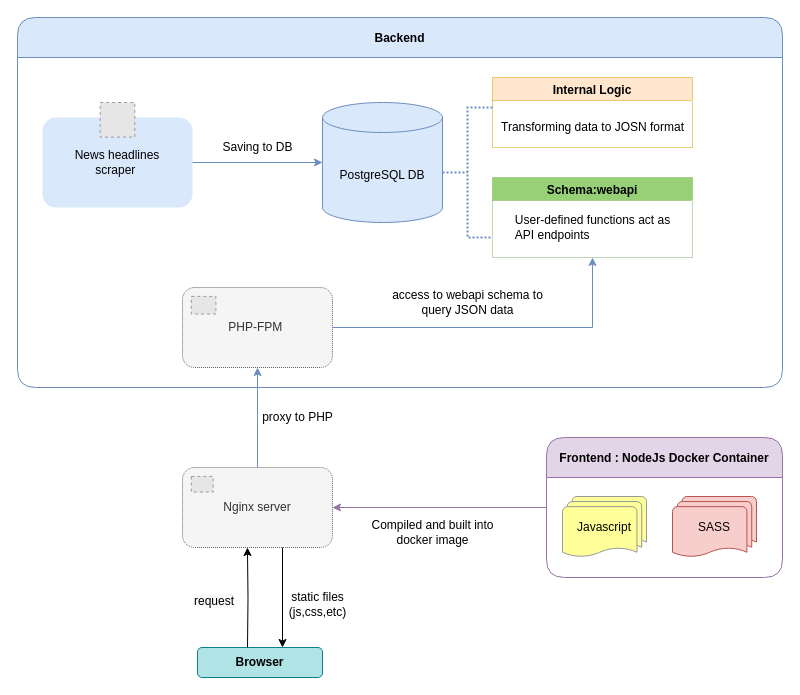
The draw.io diagram flashbacknews.drawio in simoncse/diagrams, before the edit. Source tidied: cells renumbered, new cells numbered last; positions are measured from the earlier drawing's top-left corner, leaving out a move shared by most shapes. Both pictures are drawn from the tidied source at 100%, with x=0, y=0 at pixel (17, 17). Pictures stored in the file or linked from it are replaced by grey dashed boxes.
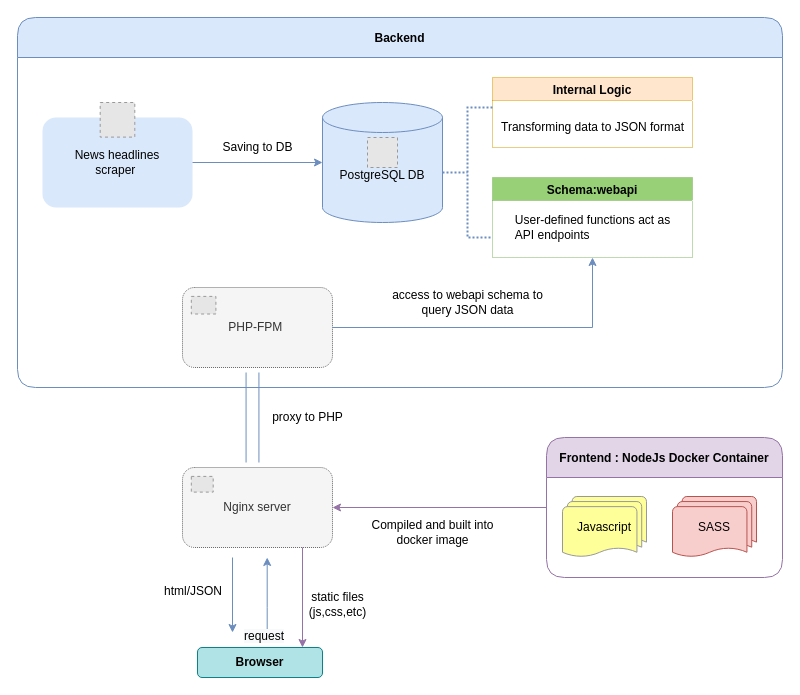
The same page after the edit.

The change refers to these unchanged cells:
```xml
<mxCell id="6" value="Nginx server" style="rounded=1;whiteSpace=wrap;html=1;dashed=1;dashPattern=1 1;labelBackgroundColor=none;labelBorderColor=none;fontFamily=Helvetica;fontSize=12;fillColor=#f5f5f5;strokeColor=#666666;fontColor=#333333;" parent="5" vertex="1">
  <mxGeometry width="150" height="80" as="geometry" />
</mxCell>
<mxCell id="14" value="Backend" style="swimlane;rounded=1;labelBackgroundColor=none;labelBorderColor=none;fontFamily=Helvetica;fontSize=12;strokeWidth=1;startSize=40;fillColor=#dae8fc;strokeColor=#6c8ebf;" parent="1" vertex="1">
  <mxGeometry width="765" height="370" as="geometry" />
</mxCell>
<mxCell id="16" value="Internal Logic" style="swimlane;dashed=1;dashPattern=1 1;labelBackgroundColor=none;labelBorderColor=none;fillColor=#ffe6cc;align=center;strokeColor=#d79b00;" parent="15" vertex="1">
  <mxGeometry x="50" width="200" height="70" as="geometry" />
</mxCell>
```

Change to the diagram source:
```diff
@@
-    <mxCell id="8" value="proxy to PHP" style="text;html=1;align=center;verticalAlign=middle;strokeColor=none;fillColor=none;fontSize=12;fontFamily=Helvetica;fontColor=#000000;" parent="1" vertex="1">
-      <mxGeometry x="235" y="390" width="90" height="20" as="geometry" />
-    </mxCell>
@@
-    <mxCell id="10" style="edgeStyle=orthogonalEdgeStyle;rounded=0;jettySize=auto;html=1;fontFamily=Helvetica;fontSize=12;fontColor=#000000;entryX=0.433;entryY=1;entryDx=0;entryDy=0;entryPerimeter=0;" parent="1" edge="1" target="6">
+    <mxCell id="10" style="edgeStyle=orthogonalEdgeStyle;rounded=0;orthogonalLoop=1;jettySize=auto;html=1;fontFamily=Helvetica;fontSize=12;fontColor=#000000;fillColor=#dae8fc;strokeColor=#6c8ebf;" parent="1" edge="1">
       <mxGeometry relative="1" as="geometry">
-        <mxPoint x="230" y="630" as="sourcePoint" />
+        <mxPoint x="249.7" y="620" as="sourcePoint" />
+        <mxPoint x="249.7" y="540" as="targetPoint" />
+        <Array as="points">
+          <mxPoint x="249.7" y="590" />
+          <mxPoint x="249.7" y="590" />
+        </Array>
       </mxGeometry>
     </mxCell>
-    <mxCell id="11" value="&lt;br&gt;static files&lt;br&gt;(js,css,etc)" style="text;html=1;align=center;verticalAlign=middle;strokeColor=none;fillColor=none;fontSize=12;fontFamily=Helvetica;fontColor=#000000;" parent="1" vertex="1">
-      <mxGeometry x="265" y="555" width="70" height="50" as="geometry" />
-    </mxCell>
     <mxCell id="12" value="&lt;span style=&quot;color: rgb(0 , 0 , 0) ; font-family: &amp;#34;helvetica&amp;#34; ; font-size: 12px ; font-style: normal ; font-weight: 400 ; letter-spacing: normal ; text-align: center ; text-indent: 0px ; text-transform: none ; word-spacing: 0px ; background-color: rgb(248 , 249 , 250) ; display: inline ; float: none&quot;&gt;request&lt;/span&gt;" style="text;whiteSpace=wrap;html=1;fontSize=12;fontFamily=Helvetica;fontColor=#000000;" parent="1" vertex="1">
-      <mxGeometry x="175" y="570" width="80" height="30" as="geometry" />
+      <mxGeometry x="225" y="605" width="50" height="20" as="geometry" />
     </mxCell>
@@
-    <mxCell id="17" value="Transforming data to JOSN format" style="text;html=1;align=center;verticalAlign=middle;strokeColor=none;fillColor=none;fontColor=#000000;" parent="16" vertex="1">
+    <mxCell id="17" value="Transforming data to JSON format" style="text;html=1;align=center;verticalAlign=middle;strokeColor=none;fillColor=none;fontColor=#000000;" parent="16" vertex="1">
       <mxGeometry y="40" width="200" height="20" as="geometry" />
     </mxCell>
@@
+    <mxCell id="35" style="fillColor=#E6E6E6;strokeColor=#999999;dashed=1;verticalLabelPosition=bottom;verticalAlign=top;" parent="14" vertex="1">
+      <mxGeometry x="350" y="120" width="30" height="30" as="geometry" />
+    </mxCell>
@@
+    <mxCell id="36" style="endArrow=classic;html=1;rounded=0;fillColor=#dae8fc;strokeColor=#6c8ebf;" parent="1" edge="1">
+      <mxGeometry relative="1" as="geometry">
+        <mxPoint x="215" y="540" as="sourcePoint" />
+        <mxPoint x="215" y="615" as="targetPoint" />
+      </mxGeometry>
+    </mxCell>
+    <mxCell id="37" value="&lt;div style=&quot;text-align: center&quot;&gt;&lt;font face=&quot;helvetica&quot;&gt;html/JSON&lt;/font&gt;&lt;/div&gt;" style="text;whiteSpace=wrap;html=1;fontSize=12;fontFamily=Helvetica;fontColor=#000000;" parent="1" vertex="1">
+      <mxGeometry x="145" y="560" width="50" height="20" as="geometry" />
+    </mxCell>
+    <mxCell id="38" style="group;" parent="1" vertex="1">
+      <mxGeometry x="285" y="530" width="70" height="100" as="geometry" />
+    </mxCell>
+    <mxCell id="11" value="&lt;br&gt;static files&lt;br&gt;(js,css,etc)" style="text;html=1;align=center;verticalAlign=middle;strokeColor=none;fillColor=none;fontSize=12;fontFamily=Helvetica;fontColor=#000000;" parent="38" vertex="1">
+      <mxGeometry y="25" width="70" height="50" as="geometry" />
+    </mxCell>
-    <mxCell id="33" style="endArrow=classic;html=1;rounded=0;fontFamily=Helvetica;fontSize=12;fontColor=#000000;" parent="1" edge="1">
+    <mxCell id="33" style="endArrow=classic;html=1;rounded=0;fontFamily=Helvetica;fontSize=12;fontColor=#000000;fillColor=#e1d5e7;strokeColor=#9673a6;" parent="38" edge="1">
       <mxGeometry relative="1" as="geometry">
-        <mxPoint x="265" y="530" as="sourcePoint" />
-        <mxPoint x="265" y="630" as="targetPoint" />
+        <mxPoint as="sourcePoint" />
+        <mxPoint y="100" as="targetPoint" />
       </mxGeometry>
     </mxCell>
-    <mxCell id="34" style="edgeStyle=orthogonalEdgeStyle;rounded=0;jettySize=auto;html=1;fontFamily=Helvetica;fontSize=12;fontColor=#000000;fillColor=#dae8fc;strokeColor=#6c8ebf;" parent="1" edge="1" source="6">
-      <mxGeometry relative="1" as="geometry">
-        <mxPoint x="240" y="350" as="targetPoint" />
-      </mxGeometry>
-    </mxCell>
+    <mxCell id="8" value="proxy to PHP" style="text;html=1;align=center;verticalAlign=middle;strokeColor=none;fillColor=none;fontSize=12;fontFamily=Helvetica;fontColor=#000000;" parent="1" vertex="1">
+      <mxGeometry x="245" y="390" width="90" height="20" as="geometry" />
+    </mxCell>
+    <mxCell id="39" style="html=1;rounded=0;shape=link;sourcePerimeterSpacing=0;fillColor=#dae8fc;strokeColor=#6c8ebf;width=12.857142857142858;" parent="1" edge="1">
+      <mxGeometry relative="1" as="geometry">
+        <mxPoint x="235" y="445" as="sourcePoint" />
+        <mxPoint x="235" y="355" as="targetPoint" />
+      </mxGeometry>
+    </mxCell>
```
